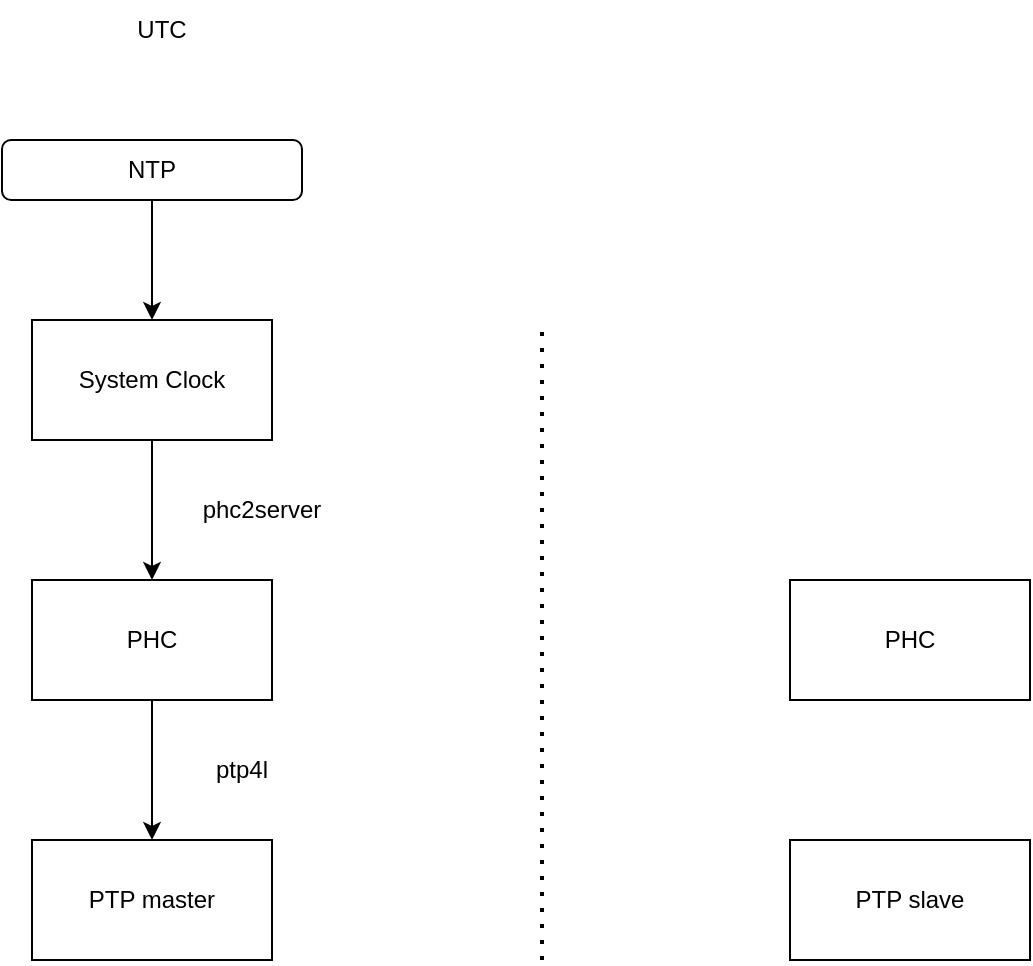
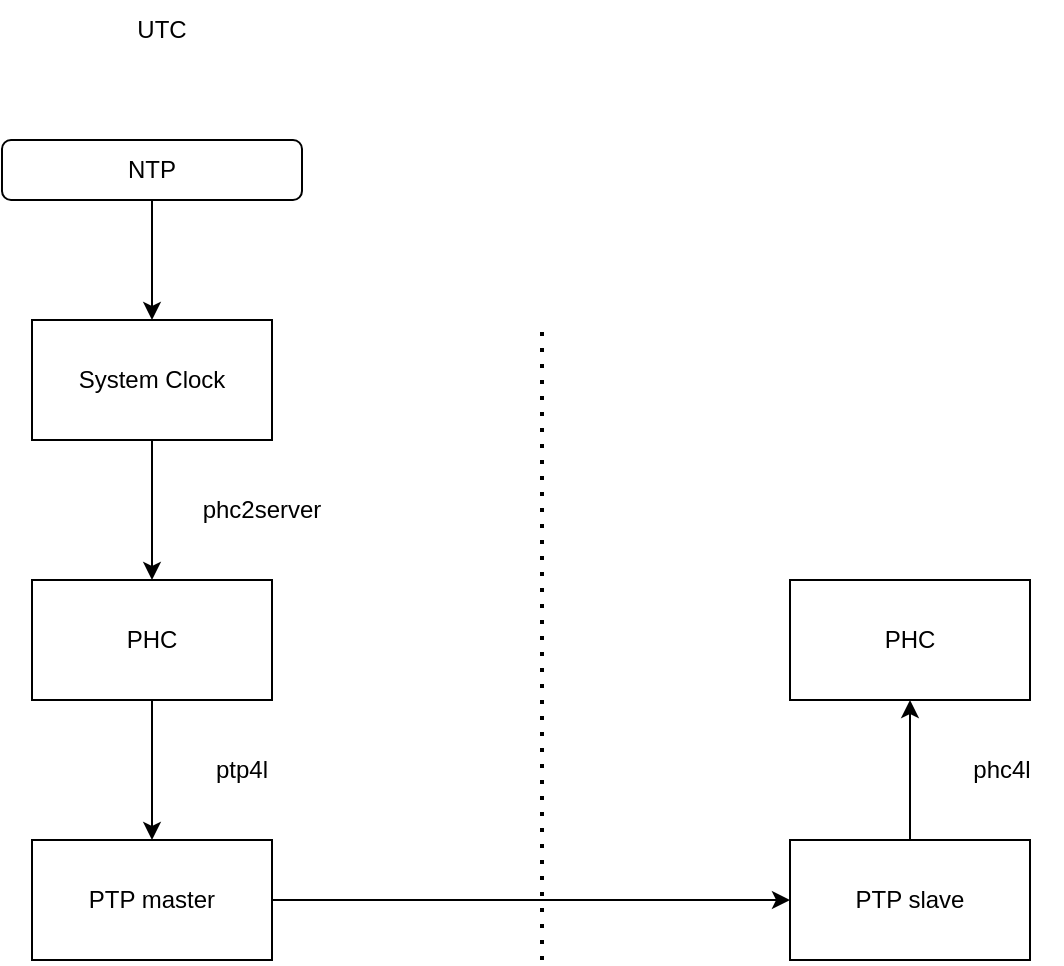
<mxfile host="app.diagrams.net" agent="Mozilla/5.0 (Windows NT 10.0; Win64; x64) AppleWebKit/537.36 (KHTML, like Gecko) Chrome/148.0.0.0 Safari/537.36">
  <diagram name="第 1 页" id="xi5zx8poPBdEaGlYp24N">
    <mxGraphModel dx="930" dy="494" grid="1" gridSize="10" guides="1" tooltips="1" connect="1" arrows="1" fold="1" page="1" pageScale="1" pageWidth="827" pageHeight="1169" math="0" shadow="0">
      <root>
        <mxCell id="0" />
        <mxCell id="1" parent="0" />
        <mxCell id="9tWx0qsMY7gKmuM-r2hu-1" edge="1" parent="1" source="473n1farRfXXC9yVkO81-1" style="edgeStyle=orthogonalEdgeStyle;rounded=0;orthogonalLoop=1;jettySize=auto;html=1;" target="473n1farRfXXC9yVkO81-7" value="">
          <mxGeometry relative="1" as="geometry" />
        </mxCell>
        <mxCell id="473n1farRfXXC9yVkO81-1" parent="1" style="rounded=1;whiteSpace=wrap;html=1;" value="NTP" vertex="1">
          <mxGeometry height="30" width="150" x="20" y="140" as="geometry" />
        </mxCell>
        <mxCell id="473n1farRfXXC9yVkO81-6" parent="1" style="text;html=1;whiteSpace=wrap;strokeColor=none;fillColor=none;align=center;verticalAlign=middle;rounded=0;" value="UTC" vertex="1">
          <mxGeometry height="30" width="60" x="70" y="70" as="geometry" />
        </mxCell>
        <mxCell id="9tWx0qsMY7gKmuM-r2hu-3" edge="1" parent="1" source="473n1farRfXXC9yVkO81-7" style="edgeStyle=orthogonalEdgeStyle;rounded=0;orthogonalLoop=1;jettySize=auto;html=1;" target="9tWx0qsMY7gKmuM-r2hu-2" value="">
          <mxGeometry relative="1" as="geometry" />
        </mxCell>
        <mxCell id="473n1farRfXXC9yVkO81-7" parent="1" style="rounded=0;whiteSpace=wrap;html=1;" value="System Clock" vertex="1">
          <mxGeometry height="60" width="120" x="35" y="230" as="geometry" />
        </mxCell>
        <mxCell id="9tWx0qsMY7gKmuM-r2hu-5" edge="1" parent="1" source="9tWx0qsMY7gKmuM-r2hu-2" style="edgeStyle=orthogonalEdgeStyle;rounded=0;orthogonalLoop=1;jettySize=auto;html=1;" target="9tWx0qsMY7gKmuM-r2hu-4" value="">
          <mxGeometry relative="1" as="geometry" />
        </mxCell>
        <mxCell id="9tWx0qsMY7gKmuM-r2hu-2" parent="1" style="rounded=0;whiteSpace=wrap;html=1;" value="PHC" vertex="1">
          <mxGeometry height="60" width="120" x="35" y="360" as="geometry" />
        </mxCell>
+         <mxCell id="9tWx0qsMY7gKmuM-r2hu-11" edge="1" parent="1" source="9tWx0qsMY7gKmuM-r2hu-4" style="edgeStyle=orthogonalEdgeStyle;rounded=0;orthogonalLoop=1;jettySize=auto;html=1;exitX=1;exitY=0.5;exitDx=0;exitDy=0;entryX=0;entryY=0.5;entryDx=0;entryDy=0;" target="9tWx0qsMY7gKmuM-r2hu-9">
+           <mxGeometry relative="1" as="geometry" />
+         </mxCell>
        <mxCell id="9tWx0qsMY7gKmuM-r2hu-4" parent="1" style="rounded=0;whiteSpace=wrap;html=1;" value="PTP master" vertex="1">
          <mxGeometry height="60" width="120" x="35" y="490" as="geometry" />
        </mxCell>
        <mxCell id="9tWx0qsMY7gKmuM-r2hu-6" parent="1" style="text;html=1;whiteSpace=wrap;strokeColor=none;fillColor=none;align=center;verticalAlign=middle;rounded=0;" value="phc2server" vertex="1">
          <mxGeometry height="30" width="60" x="120" y="310" as="geometry" />
        </mxCell>
        <mxCell id="9tWx0qsMY7gKmuM-r2hu-7" parent="1" style="text;html=1;whiteSpace=wrap;strokeColor=none;fillColor=none;align=center;verticalAlign=middle;rounded=0;" value="ptp4l" vertex="1">
          <mxGeometry height="30" width="60" x="110" y="440" as="geometry" />
        </mxCell>
        <mxCell id="9tWx0qsMY7gKmuM-r2hu-8" edge="1" parent="1" style="endArrow=none;dashed=1;html=1;dashPattern=1 3;strokeWidth=2;rounded=0;" value="">
          <mxGeometry height="50" relative="1" width="50" as="geometry">
            <mxPoint x="290" y="550" as="sourcePoint" />
            <mxPoint x="290" y="230" as="targetPoint" />
          </mxGeometry>
        </mxCell>
+         <mxCell id="9tWx0qsMY7gKmuM-r2hu-12" edge="1" parent="1" source="9tWx0qsMY7gKmuM-r2hu-9" style="edgeStyle=orthogonalEdgeStyle;rounded=0;orthogonalLoop=1;jettySize=auto;html=1;exitX=0.5;exitY=0;exitDx=0;exitDy=0;entryX=0.5;entryY=1;entryDx=0;entryDy=0;" target="9tWx0qsMY7gKmuM-r2hu-10">
+           <mxGeometry relative="1" as="geometry" />
+         </mxCell>
        <mxCell id="9tWx0qsMY7gKmuM-r2hu-9" parent="1" style="rounded=0;whiteSpace=wrap;html=1;" value="PTP slave" vertex="1">
          <mxGeometry height="60" width="120" x="414" y="490" as="geometry" />
        </mxCell>
        <mxCell id="9tWx0qsMY7gKmuM-r2hu-10" parent="1" style="rounded=0;whiteSpace=wrap;html=1;" value="PHC" vertex="1">
          <mxGeometry height="60" width="120" x="414" y="360" as="geometry" />
        </mxCell>
+         <mxCell id="9tWx0qsMY7gKmuM-r2hu-13" parent="1" style="text;html=1;whiteSpace=wrap;strokeColor=none;fillColor=none;align=center;verticalAlign=middle;rounded=0;" value="phc4l" vertex="1">
+           <mxGeometry height="30" width="60" x="490" y="440" as="geometry" />
+         </mxCell>
      </root>
    </mxGraphModel>
  </diagram>
</mxfile>
